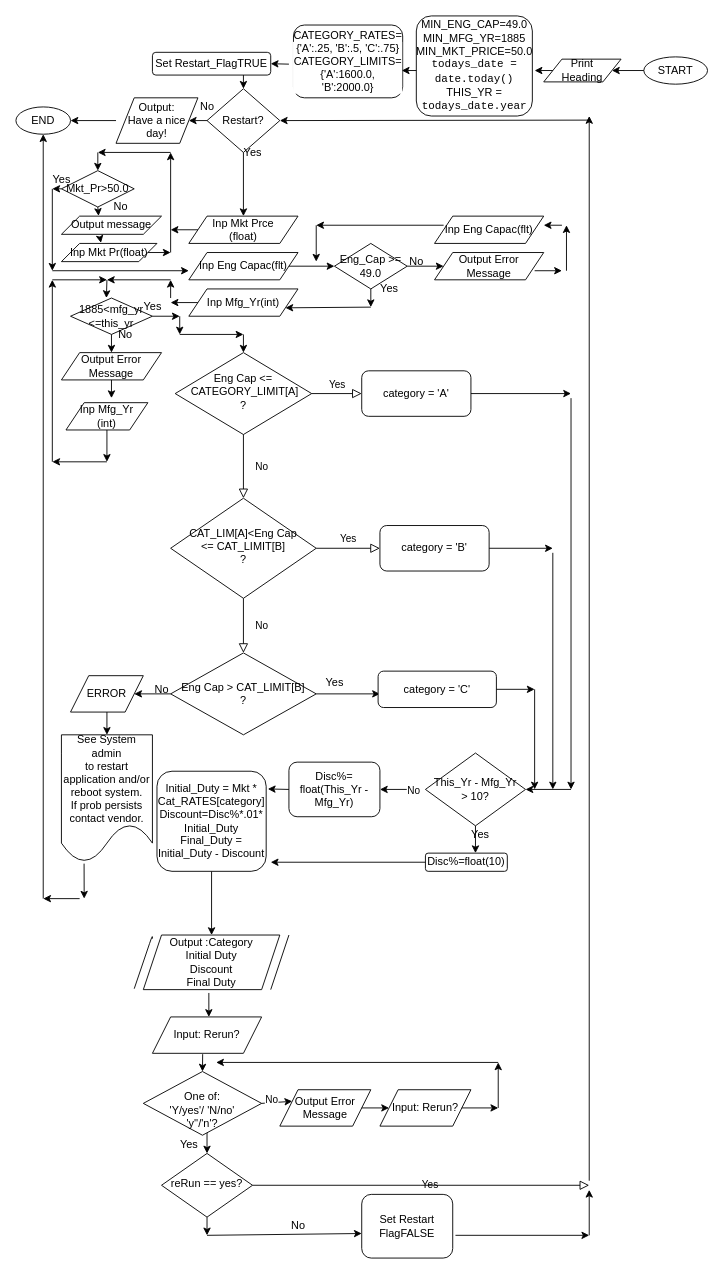
This is Untitled Diagram.drawio from john-itcsolutions/Elastos, a draw.io file, before an edit. Source tidied: cells renumbered, new cells numbered last; positions are measured from the earlier drawing's top-left corner, leaving out a move shared by most shapes. Both pictures are drawn from the tidied source at 91%, with x=0, y=0 at pixel (15, 15).
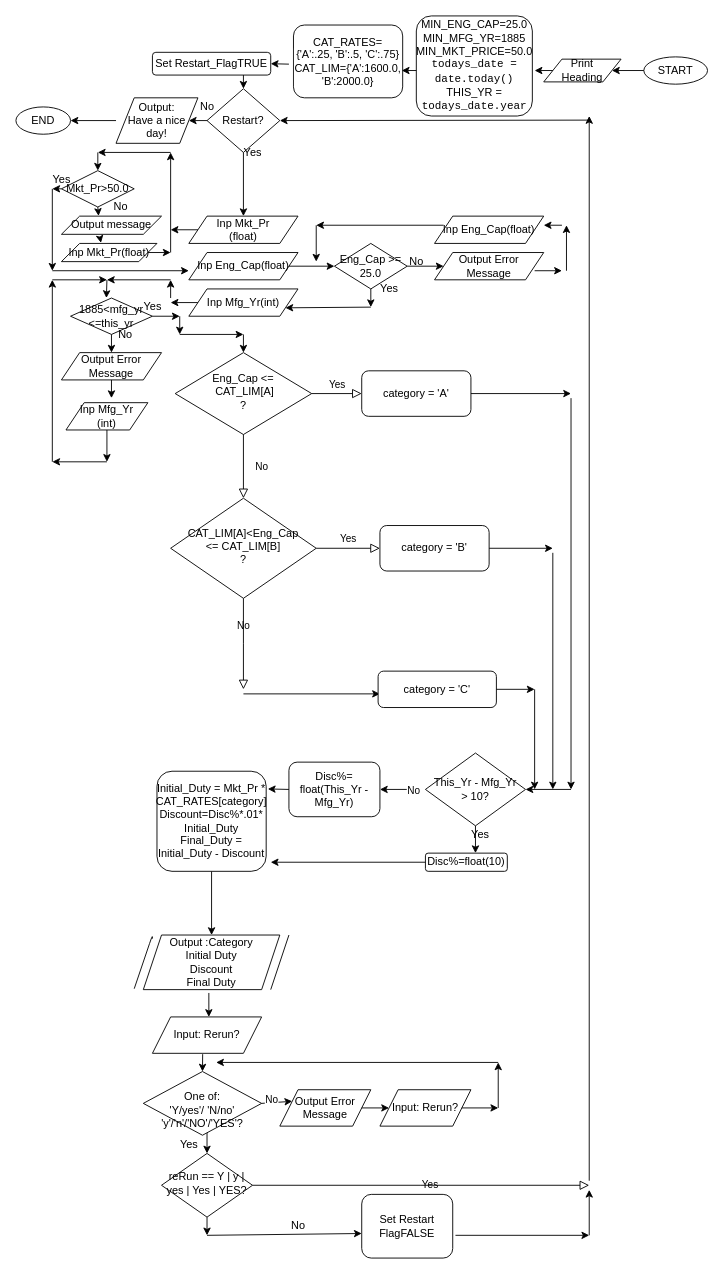
Above is the later version.

The change refers to these unchanged cells:
```xml
<mxCell id="58" value="END" style="ellipse;whiteSpace=wrap;html=1;" parent="1" vertex="1">
  <mxGeometry y="100" width="60" height="30" as="geometry" />
</mxCell>
```

Change to the diagram source:
```diff
@@
-    <mxCell id="3" value="&lt;div&gt;Eng Cap &amp;lt;=&lt;/div&gt;&lt;div&gt;&amp;nbsp;CATEGORY_LIMIT[A]&lt;/div&gt;&lt;div&gt;?&lt;br&gt;&lt;/div&gt;" style="rhombus;whiteSpace=wrap;html=1;shadow=0;fontFamily=Helvetica;fontSize=12;align=center;strokeWidth=1;spacing=6;spacingTop=-4;" parent="1" vertex="1">
+    <mxCell id="3" value="&lt;div&gt;Eng_Cap &amp;lt;=&lt;/div&gt;&lt;div&gt;&amp;nbsp;CAT_LIM[A]&lt;/div&gt;&lt;div&gt;?&lt;br&gt;&lt;/div&gt;" style="rhombus;whiteSpace=wrap;html=1;shadow=0;fontFamily=Helvetica;fontSize=12;align=center;strokeWidth=1;spacing=6;spacingTop=-4;" parent="1" vertex="1">
       <mxGeometry x="175" y="370" width="150" height="90" as="geometry" />
     </mxCell>
@@
-    <mxCell id="5" value="No" style="rounded=0;html=1;jettySize=auto;fontSize=11;endArrow=block;endFill=0;endSize=8;strokeWidth=1;shadow=0;labelBackgroundColor=none;edgeStyle=orthogonalEdgeStyle;entryX=0.5;entryY=0;entryDx=0;entryDy=0;" parent="1" edge="1" source="6" target="22">
-      <mxGeometry y="20" relative="1" as="geometry" />
+    <mxCell id="5" value="No" style="rounded=0;html=1;jettySize=auto;fontSize=11;endArrow=block;endFill=0;endSize=8;strokeWidth=1;shadow=0;labelBackgroundColor=none;edgeStyle=orthogonalEdgeStyle;" parent="1" edge="1" source="6">
+      <mxGeometry y="20" relative="1" as="geometry">
+        <mxPoint x="250" y="740" as="targetPoint" />
+      </mxGeometry>
     </mxCell>
-    <mxCell id="6" value="&lt;div&gt;CAT_LIM[A]&amp;lt;Eng Cap&lt;br&gt;&lt;/div&gt;&lt;div&gt;&amp;lt;= CAT_LIMIT[B]&lt;br&gt;&lt;/div&gt;&lt;div&gt;?&lt;br&gt;&lt;/div&gt;" style="rhombus;whiteSpace=wrap;html=1;shadow=0;fontFamily=Helvetica;fontSize=12;align=center;strokeWidth=1;spacing=6;spacingTop=-4;" parent="1" vertex="1">
+    <mxCell id="6" value="&lt;div&gt;CAT_LIM[A]&amp;lt;Eng_Cap&lt;br&gt;&lt;/div&gt;&lt;div&gt;&amp;lt;= CAT_LIM[B]&lt;br&gt;&lt;/div&gt;&lt;div&gt;?&lt;br&gt;&lt;/div&gt;" style="rhombus;whiteSpace=wrap;html=1;shadow=0;fontFamily=Helvetica;fontSize=12;align=center;strokeWidth=1;spacing=6;spacingTop=-4;" parent="1" vertex="1">
       <mxGeometry x="170" y="530" width="160" height="110" as="geometry" />
     </mxCell>
-    <mxCell id="7" value="reRun == yes?" style="rhombus;whiteSpace=wrap;html=1;shadow=0;fontFamily=Helvetica;fontSize=12;align=center;strokeWidth=1;spacing=6;spacingTop=-4;" parent="1" vertex="1">
+    <mxCell id="7" value="reRun == Y | y | yes | Yes | YES?" style="rhombus;whiteSpace=wrap;html=1;shadow=0;fontFamily=Helvetica;fontSize=12;align=center;strokeWidth=1;spacing=6;spacingTop=-4;" parent="1" vertex="1">
       <mxGeometry x="160" y="1250" width="100" height="70" as="geometry" />
     </mxCell>
@@
-    <mxCell id="9" value="&lt;div&gt;Inp Mkt Prce&lt;/div&gt;&lt;div&gt;(float)&lt;br&gt;&lt;/div&gt;" style="shape=parallelogram;perimeter=parallelogramPerimeter;whiteSpace=wrap;html=1;fixedSize=1;" parent="1" vertex="1">
+    <mxCell id="9" value="&lt;div&gt;Inp Mkt_Pr&lt;/div&gt;&lt;div&gt;(float)&lt;br&gt;&lt;/div&gt;" style="shape=parallelogram;perimeter=parallelogramPerimeter;whiteSpace=wrap;html=1;fixedSize=1;" parent="1" vertex="1">
       <mxGeometry x="190" y="220" width="120" height="30" as="geometry" />
     </mxCell>
-    <mxCell id="10" value="&lt;div&gt;Inp Eng Capac(flt)&lt;/div&gt;" style="shape=parallelogram;perimeter=parallelogramPerimeter;whiteSpace=wrap;html=1;fixedSize=1;" parent="1" vertex="1">
+    <mxCell id="10" value="&lt;div&gt;Inp Eng_Cap(float)&lt;/div&gt;" style="shape=parallelogram;perimeter=parallelogramPerimeter;whiteSpace=wrap;html=1;fixedSize=1;" parent="1" vertex="1">
       <mxGeometry x="190" y="260" width="120" height="30" as="geometry" />
     </mxCell>
@@
-    <mxCell id="22" value="&lt;div&gt;Eng Cap &amp;gt; CAT_LIMIT[B]&lt;/div&gt;&lt;div&gt;?&lt;br&gt;&lt;/div&gt;" style="rhombus;whiteSpace=wrap;html=1;" parent="1" vertex="1">
-      <mxGeometry x="170" y="700" width="160" height="90" as="geometry" />
-    </mxCell>
-    <mxCell id="23" style="endArrow=classic;html=1;exitX=1;exitY=0.5;exitDx=0;exitDy=0;" parent="1" edge="1" source="22">
+    <mxCell id="23" style="endArrow=classic;html=1;" parent="1" edge="1">
       <mxGeometry relative="1" as="geometry">
+        <mxPoint x="250" y="745" as="sourcePoint" />
         <mxPoint x="400" y="745" as="targetPoint" />
       </mxGeometry>
     </mxCell>
@@
-    <mxCell id="31" style="endArrow=classic;html=1;exitX=0;exitY=0.5;exitDx=0;exitDy=0;entryX=1;entryY=0.5;entryDx=0;entryDy=0;" parent="1" edge="1" source="22" target="33">
-      <mxGeometry relative="1" as="geometry" />
-    </mxCell>
-    <mxCell id="32" value="&lt;div&gt;Yes&lt;/div&gt;&lt;div&gt;&lt;br&gt;&lt;/div&gt;" style="text;html=1;align=center;verticalAlign=middle;" parent="1" vertex="1">
-      <mxGeometry x="330" y="725" width="40" height="30" as="geometry" />
-    </mxCell>
-    <mxCell id="33" value="ERROR" style="shape=parallelogram;perimeter=parallelogramPerimeter;whiteSpace=wrap;html=1;fixedSize=1;" parent="1" vertex="1">
-      <mxGeometry x="60" y="725" width="80" height="40" as="geometry" />
-    </mxCell>
@@
-    <mxCell id="46" value="&lt;div&gt;&lt;div&gt;&lt;div&gt;Initial_Duty = Mkt * &lt;br&gt;&lt;/div&gt;&lt;div&gt;Cat_RATES[category]&lt;/div&gt;&lt;div&gt;Discount=Disc%*.01*&lt;/div&gt;&lt;div&gt;Initial_Duty&lt;br&gt;&lt;/div&gt;&lt;/div&gt;&lt;/div&gt;&lt;div&gt;Final_Duty = Initial_Duty - Discount&lt;/div&gt;" style="rounded=1;whiteSpace=wrap;html=1;" parent="1" vertex="1">
+    <mxCell id="46" value="&lt;div&gt;&lt;div&gt;&lt;div&gt;Initial_Duty = Mkt_Pr * &lt;br&gt;&lt;/div&gt;&lt;div&gt;CAT_RATES[category]&lt;/div&gt;&lt;div&gt;Discount=Disc%*.01*&lt;/div&gt;&lt;div&gt;Initial_Duty&lt;br&gt;&lt;/div&gt;&lt;/div&gt;&lt;/div&gt;&lt;div&gt;Final_Duty = Initial_Duty - Discount&lt;/div&gt;" style="rounded=1;whiteSpace=wrap;html=1;" parent="1" vertex="1">
       <mxGeometry x="155" y="830" width="120" height="110" as="geometry" />
     </mxCell>
@@
-    <mxCell id="64" value="No" style="text;html=1;align=center;verticalAlign=middle;" parent="1" vertex="1">
-      <mxGeometry x="145" y="730" width="30" height="20" as="geometry" />
-    </mxCell>
@@
-    <mxCell id="67" value="&lt;div&gt;&lt;br&gt;&lt;/div&gt;&lt;div&gt;One of:&lt;br&gt;&lt;/div&gt;&lt;div&gt;'Y/yes'/ 'N/no'&lt;/div&gt;'y''/'n'?" style="rhombus;whiteSpace=wrap;html=1;" parent="1" vertex="1">
+    <mxCell id="67" value="&lt;div&gt;&lt;br&gt;&lt;/div&gt;&lt;div&gt;One of:&lt;br&gt;&lt;/div&gt;&lt;div&gt;'Y/yes'/ 'N/no'&lt;/div&gt;'y'/'n'/'NO'/'YES'?" style="rhombus;whiteSpace=wrap;html=1;" parent="1" vertex="1">
       <mxGeometry x="140" y="1160" width="130" height="70" as="geometry" />
     </mxCell>
@@
-    <mxCell id="83" value="Inp Mkt Pr(float)" style="shape=parallelogram;perimeter=parallelogramPerimeter;whiteSpace=wrap;html=1;fixedSize=1;" parent="1" vertex="1">
+    <mxCell id="83" value="Inp Mkt_Pr(float)" style="shape=parallelogram;perimeter=parallelogramPerimeter;whiteSpace=wrap;html=1;fixedSize=1;" parent="1" vertex="1">
       <mxGeometry x="50" y="250" width="105" height="20" as="geometry" />
     </mxCell>
@@
-    <mxCell id="90" value="Eng_Cap &amp;gt;= 49.0" style="rhombus;whiteSpace=wrap;html=1;" parent="1" vertex="1">
+    <mxCell id="90" value="Eng_Cap &amp;gt;= 25.0" style="rhombus;whiteSpace=wrap;html=1;" parent="1" vertex="1">
       <mxGeometry x="350" y="250" width="80" height="50" as="geometry" />
     </mxCell>
@@
-    <mxCell id="96" value="Inp Eng Capac(flt)" style="shape=parallelogram;perimeter=parallelogramPerimeter;whiteSpace=wrap;html=1;fixedSize=1;" parent="1" vertex="1">
+    <mxCell id="96" value="Inp Eng_Cap(float)" style="shape=parallelogram;perimeter=parallelogramPerimeter;whiteSpace=wrap;html=1;fixedSize=1;" parent="1" vertex="1">
       <mxGeometry x="460" y="220" width="120" height="30" as="geometry" />
     </mxCell>
@@
-    <mxCell id="126" value="&lt;div&gt;See System admin&lt;/div&gt;&lt;div&gt;to restart application and/or reboot system.&lt;/div&gt;&lt;div&gt;If prob persists contact vendor.&lt;br&gt;&lt;/div&gt;" style="shape=document;whiteSpace=wrap;html=1;boundedLbl=1;" parent="1" vertex="1">
-      <mxGeometry x="50" y="790" width="100" height="140" as="geometry" />
-    </mxCell>
-    <mxCell id="127" style="endArrow=classic;html=1;exitX=0.5;exitY=1;exitDx=0;exitDy=0;entryX=0.5;entryY=0;entryDx=0;entryDy=0;" parent="1" edge="1" source="33" target="126">
-      <mxGeometry relative="1" as="geometry" />
-    </mxCell>
-    <mxCell id="128" style="endArrow=classic;html=1;exitX=0.249;exitY=1.011;exitDx=0;exitDy=0;exitPerimeter=0;" parent="1" edge="1" source="126">
-      <mxGeometry relative="1" as="geometry">
-        <mxPoint x="75" y="970" as="targetPoint" />
-      </mxGeometry>
-    </mxCell>
-    <mxCell id="129" style="endArrow=classic;html=1;" parent="1" edge="1">
-      <mxGeometry relative="1" as="geometry">
-        <mxPoint x="70" y="970" as="sourcePoint" />
-        <mxPoint x="30" y="970" as="targetPoint" />
-      </mxGeometry>
-    </mxCell>
-    <mxCell id="130" style="endArrow=classic;html=1;entryX=0.5;entryY=1;entryDx=0;entryDy=0;" parent="1" edge="1" target="58">
-      <mxGeometry relative="1" as="geometry">
-        <mxPoint x="30" y="970" as="sourcePoint" />
-      </mxGeometry>
-    </mxCell>
-    <mxCell id="131" value="&lt;span style=&quot;font-size: 9.000000pt ; font-family: &amp;#34;arialmt&amp;#34;&quot;&gt;CATEGORY_RATES=&lt;/span&gt;&lt;br&gt;&lt;div class=&quot;page&quot; title=&quot;Page 1&quot;&gt;&lt;div class=&quot;section&quot; style=&quot;background-color: rgb(100.000000% , 100.000000% , 100.000000%)&quot;&gt;&lt;div class=&quot;layoutArea&quot;&gt;&lt;div class=&quot;column&quot;&gt;&lt;span style=&quot;font-size: 9.000000pt ; font-family: &amp;#34;arialmt&amp;#34;&quot;&gt;&lt;/span&gt;&lt;span style=&quot;font-size: 9.000000pt ; font-family: &amp;#34;arialmt&amp;#34;&quot;&gt;{'A':.25, 'B':.5, 'C':.75}&lt;/span&gt;&lt;/div&gt;&lt;div class=&quot;column&quot;&gt;&lt;span style=&quot;font-size: 9.000000pt ; font-family: &amp;#34;arialmt&amp;#34;&quot;&gt;&lt;/span&gt;CATEGORY_LIMITS={'A':1600.0, 'B':2000.0}&lt;br&gt;&lt;/div&gt;&lt;/div&gt;&lt;/div&gt;&lt;/div&gt;" style="rounded=1;whiteSpace=wrap;html=1;" parent="1" vertex="1">
+    <mxCell id="131" value="&lt;span style=&quot;font-size: 9.000000pt ; font-family: &amp;#34;arialmt&amp;#34;&quot;&gt;CAT_RATES=&lt;/span&gt;&lt;br&gt;&lt;div class=&quot;page&quot; title=&quot;Page 1&quot;&gt;&lt;div class=&quot;section&quot; style=&quot;background-color: rgb(100.000000% , 100.000000% , 100.000000%)&quot;&gt;&lt;div class=&quot;layoutArea&quot;&gt;&lt;div class=&quot;column&quot;&gt;&lt;span style=&quot;font-size: 9.000000pt ; font-family: &amp;#34;arialmt&amp;#34;&quot;&gt;&lt;/span&gt;&lt;span style=&quot;font-size: 9.000000pt ; font-family: &amp;#34;arialmt&amp;#34;&quot;&gt;{'A':.25, 'B':.5, 'C':.75}&lt;/span&gt;&lt;/div&gt;&lt;div class=&quot;column&quot;&gt;&lt;span style=&quot;font-size: 9.000000pt ; font-family: &amp;#34;arialmt&amp;#34;&quot;&gt;&lt;/span&gt;CAT_LIM={'A':1600.0, 'B':2000.0}&lt;br&gt;&lt;/div&gt;&lt;/div&gt;&lt;/div&gt;&lt;/div&gt;" style="rounded=1;whiteSpace=wrap;html=1;" parent="1" vertex="1">
       <mxGeometry x="305" y="10" width="120" height="80" as="geometry" />
     </mxCell>
@@
-    <mxCell id="133" value="&lt;div&gt;MIN_ENG_CAP=49.0&lt;/div&gt;&lt;div&gt;MIN_MFG_YR=1885&lt;/div&gt;&lt;div&gt;MIN_MKT_PRICE=50.0&lt;/div&gt;&lt;div&gt;&lt;div class=&quot;line number5 index4 alt2&quot;&gt;&lt;code class=&quot;plain&quot;&gt;todays_date &lt;/code&gt;&lt;code class=&quot;keyword&quot;&gt;=&lt;/code&gt; &lt;code class=&quot;plain&quot;&gt;date.today() &lt;/code&gt;&lt;/div&gt;&lt;/div&gt;&lt;div&gt;THIS_YR =&lt;code class=&quot;plain&quot;&gt;&lt;br&gt;&lt;/code&gt;&lt;/div&gt;&lt;div&gt;&lt;code class=&quot;plain&quot;&gt;todays_date.year&lt;/code&gt;&lt;/div&gt;" style="rounded=1;whiteSpace=wrap;html=1;" parent="1" vertex="1">
+    <mxCell id="133" value="&lt;div&gt;MIN_ENG_CAP=25.0&lt;/div&gt;&lt;div&gt;MIN_MFG_YR=1885&lt;/div&gt;&lt;div&gt;MIN_MKT_PRICE=50.0&lt;/div&gt;&lt;div&gt;&lt;div class=&quot;line number5 index4 alt2&quot;&gt;&lt;code class=&quot;plain&quot;&gt;todays_date &lt;/code&gt;&lt;code class=&quot;keyword&quot;&gt;=&lt;/code&gt; &lt;code class=&quot;plain&quot;&gt;date.today() &lt;/code&gt;&lt;/div&gt;&lt;/div&gt;&lt;div&gt;THIS_YR =&lt;code class=&quot;plain&quot;&gt;&lt;br&gt;&lt;/code&gt;&lt;/div&gt;&lt;div&gt;&lt;code class=&quot;plain&quot;&gt;todays_date.year&lt;/code&gt;&lt;/div&gt;" style="rounded=1;whiteSpace=wrap;html=1;" parent="1" vertex="1">
       <mxGeometry x="440" width="127.5" height="110" as="geometry" />
     </mxCell>
```
